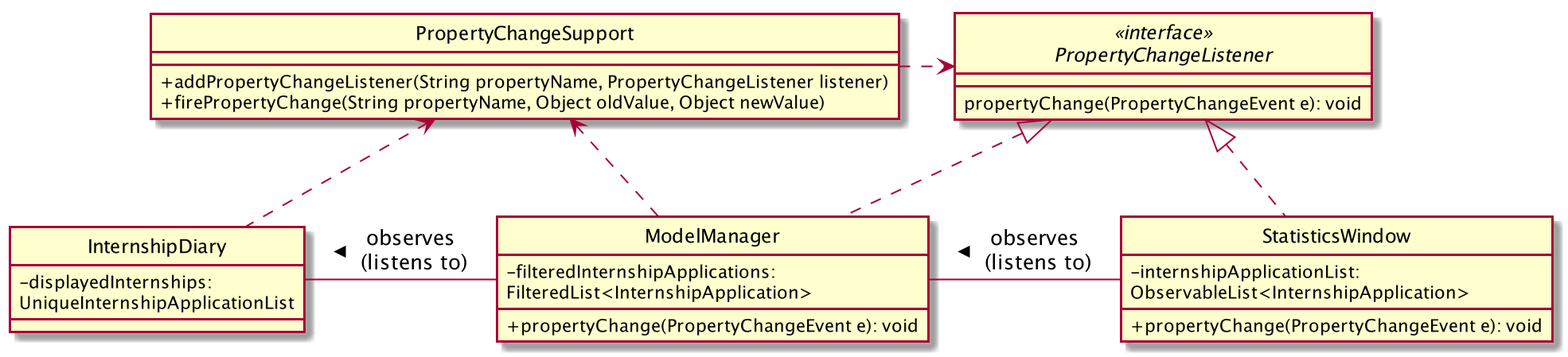
Before: docs/images/InternshipDiaryAndModelManagerPropertyChangeClassDiagram.png, a diagram exported from PlantUML (wxwxwxwx9/main).
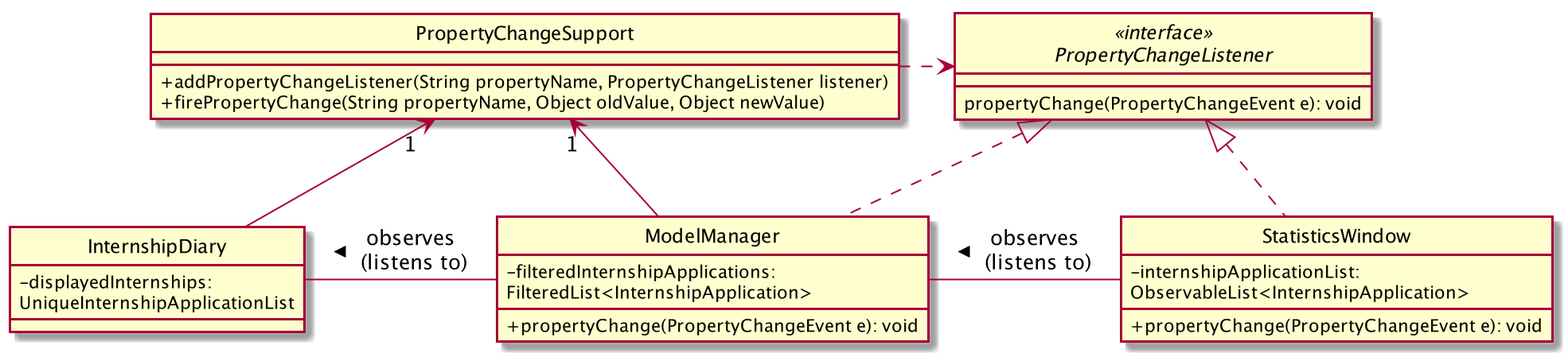
Later version of the same file.

Change to the diagram source:
```diff
@@ -26,8 +26,8 @@
     + firePropertyChange(String propertyName, Object oldValue, Object newValue)
 }
 
-InternshipDiary .up.> PropertyChangeSupport
-ModelManager .up.> PropertyChangeSupport
+InternshipDiary -up-> "1" PropertyChangeSupport
+ModelManager -up-> "1" PropertyChangeSupport
 
 PropertyChangeSupport .right.> PropertyChangeListener
 
```
